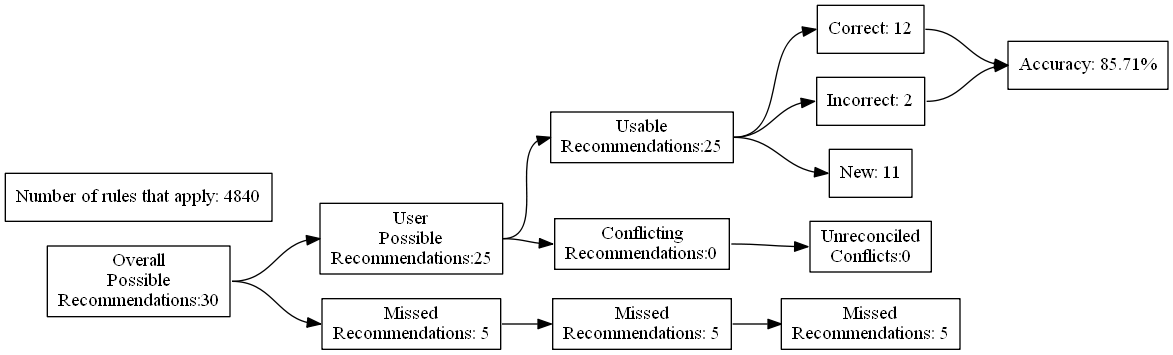
ZaxR/ibd_diet_analysis keeps this Graphviz diagram as test_renders/25.gv.png. Above is the earlier version. Its source is kept beside it as test_renders/25.gv. Its diagram source:
```dot
digraph {
	graph [rankdir=LR]
	node [pos=r shape=box]
	edge [headport=w tailport=e]
		A [label="Overall
Possible
Recommendations:30"]
		B [label="User
Possible
Recommendations:25"]
		C [label="Missed
Recommendations: 5"]
		D [label="Usable
Recommendations:25"]
		E [label="Conflicting
Recommendations:0"]
		J [label="Missed
Recommendations: 5"]
		M [label="Unreconciled
Conflicts:0"]
		F [label="Correct: 12"]
		G [label="Incorrect: 2"]
		H [label="New: 11"]
		K [label="Missed
Recommendations: 5"]
		I [label="Accuracy: 85.71%"]
		l [label="Number of rules that apply: 4840"]
			A -> B
			A -> C
			B -> D
			B -> E
			D -> F
			D -> G
			D -> H
			F -> I
			G -> I
			C -> J
			J -> K
			E -> M
}
```
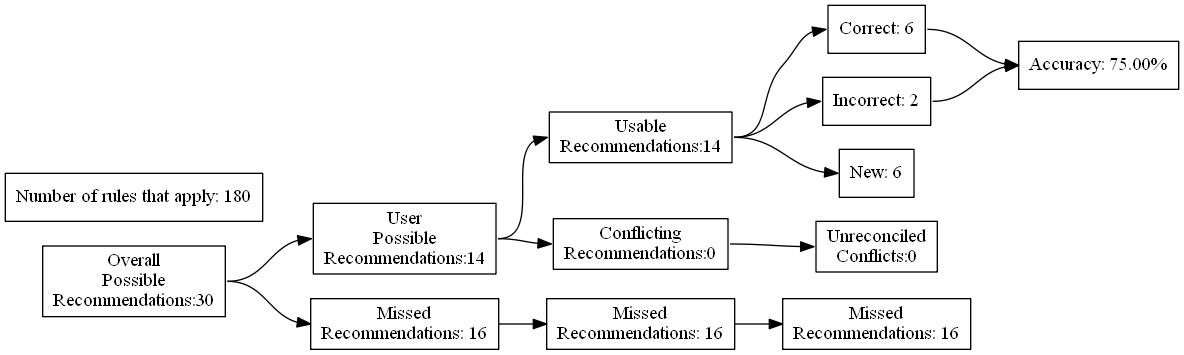
The same file after the commit.

Diff of the diagram source:
```diff
@@ -7,24 +7,24 @@
 Recommendations:30"]
 		B [label="User
 Possible
-Recommendations:25"]
+Recommendations:14"]
 		C [label="Missed
-Recommendations: 5"]
+Recommendations: 16"]
 		D [label="Usable
-Recommendations:25"]
+Recommendations:14"]
 		E [label="Conflicting
 Recommendations:0"]
 		J [label="Missed
-Recommendations: 5"]
+Recommendations: 16"]
 		M [label="Unreconciled
 Conflicts:0"]
-		F [label="Correct: 12"]
+		F [label="Correct: 6"]
 		G [label="Incorrect: 2"]
-		H [label="New: 11"]
+		H [label="New: 6"]
 		K [label="Missed
-Recommendations: 5"]
-		I [label="Accuracy: 85.71%"]
-		l [label="Number of rules that apply: 4840"]
+Recommendations: 16"]
+		I [label="Accuracy: 75.00%"]
+		l [label="Number of rules that apply: 180"]
 			A -> B
 			A -> C
 			B -> D
```
